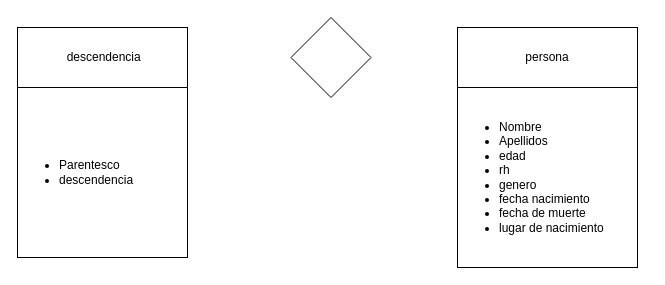
This is clase_diagrama_relacion.drawio from jhanca27/jhanca27, a draw.io file, before an edit. Source tidied: cells renumbered, new cells numbered last; positions are measured from the earlier drawing's top-left corner, leaving out a move shared by most shapes. Both pictures are drawn from the tidied source at 100%, with x=0, y=0 at pixel (17, 17).
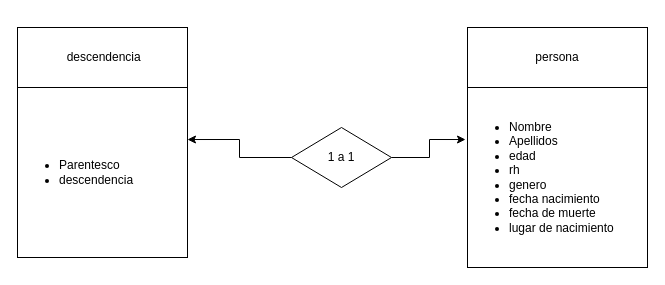
After the change.

Diff of the diagram source:
```diff
@@
 <mxGraphModel>
   <root>
     <mxCell id="0" />
     <mxCell id="1" parent="0" />
     <mxCell id="2" value="&amp;nbsp;descendencia" style="rounded=0;whiteSpace=wrap;html=1;" parent="1" vertex="1">
       <mxGeometry y="10" width="170" height="60" as="geometry" />
     </mxCell>
     <mxCell id="3" value="persona" style="rounded=0;whiteSpace=wrap;html=1;glass=0;shadow=0;" parent="1" vertex="1">
-      <mxGeometry x="440" y="10" width="180" height="60" as="geometry" />
+      <mxGeometry x="450" y="10" width="180" height="60" as="geometry" />
     </mxCell>
+    <mxCell id="7" style="edgeStyle=orthogonalEdgeStyle;rounded=0;jettySize=auto;html=1;exitX=1;exitY=0.5;exitDx=0;exitDy=0;entryX=-0.011;entryY=0.289;entryDx=0;entryDy=0;entryPerimeter=0;" parent="1" edge="1" source="4" target="5">
+      <mxGeometry relative="1" as="geometry" />
+    </mxCell>
+    <mxCell id="8" style="edgeStyle=orthogonalEdgeStyle;rounded=0;jettySize=auto;html=1;entryX=1;entryY=0.306;entryDx=0;entryDy=0;entryPerimeter=0;" parent="1" edge="1" source="4" target="6">
+      <mxGeometry relative="1" as="geometry" />
+    </mxCell>
-    <mxCell id="4" style="rhombus;whiteSpace=wrap;html=1;" parent="1" vertex="1">
-      <mxGeometry x="273.5" width="80" height="80" as="geometry" />
+    <mxCell id="4" value="1 a 1" style="rhombus;whiteSpace=wrap;html=1;" parent="1" vertex="1">
+      <mxGeometry x="274" y="110" width="100" height="60" as="geometry" />
     </mxCell>
     <mxCell id="5" value="&lt;ul&gt;&lt;li&gt;Nombre&lt;/li&gt;&lt;li&gt;Apellidos&lt;/li&gt;&lt;li&gt;edad&lt;/li&gt;&lt;li&gt;rh&lt;/li&gt;&lt;li&gt;genero&lt;/li&gt;&lt;li&gt;fecha nacimiento&lt;/li&gt;&lt;li&gt;fecha de muerte&lt;/li&gt;&lt;li&gt;lugar de nacimiento&lt;/li&gt;&lt;/ul&gt;" style="whiteSpace=wrap;html=1;rounded=0;shadow=0;glass=0;sketch=0;align=left;" parent="1" vertex="1">
-      <mxGeometry x="440" y="70" width="180" height="180" as="geometry" />
+      <mxGeometry x="450" y="70" width="180" height="180" as="geometry" />
     </mxCell>
     <mxCell id="6" value="&lt;ul&gt;&lt;li&gt;Parentesco&lt;/li&gt;&lt;li&gt;descendencia&lt;/li&gt;&lt;/ul&gt;" style="whiteSpace=wrap;html=1;rounded=0;shadow=0;glass=0;sketch=0;align=left;" parent="1" vertex="1">
       <mxGeometry y="70" width="170" height="170" as="geometry" />
     </mxCell>
   </root>
 </mxGraphModel>
```
